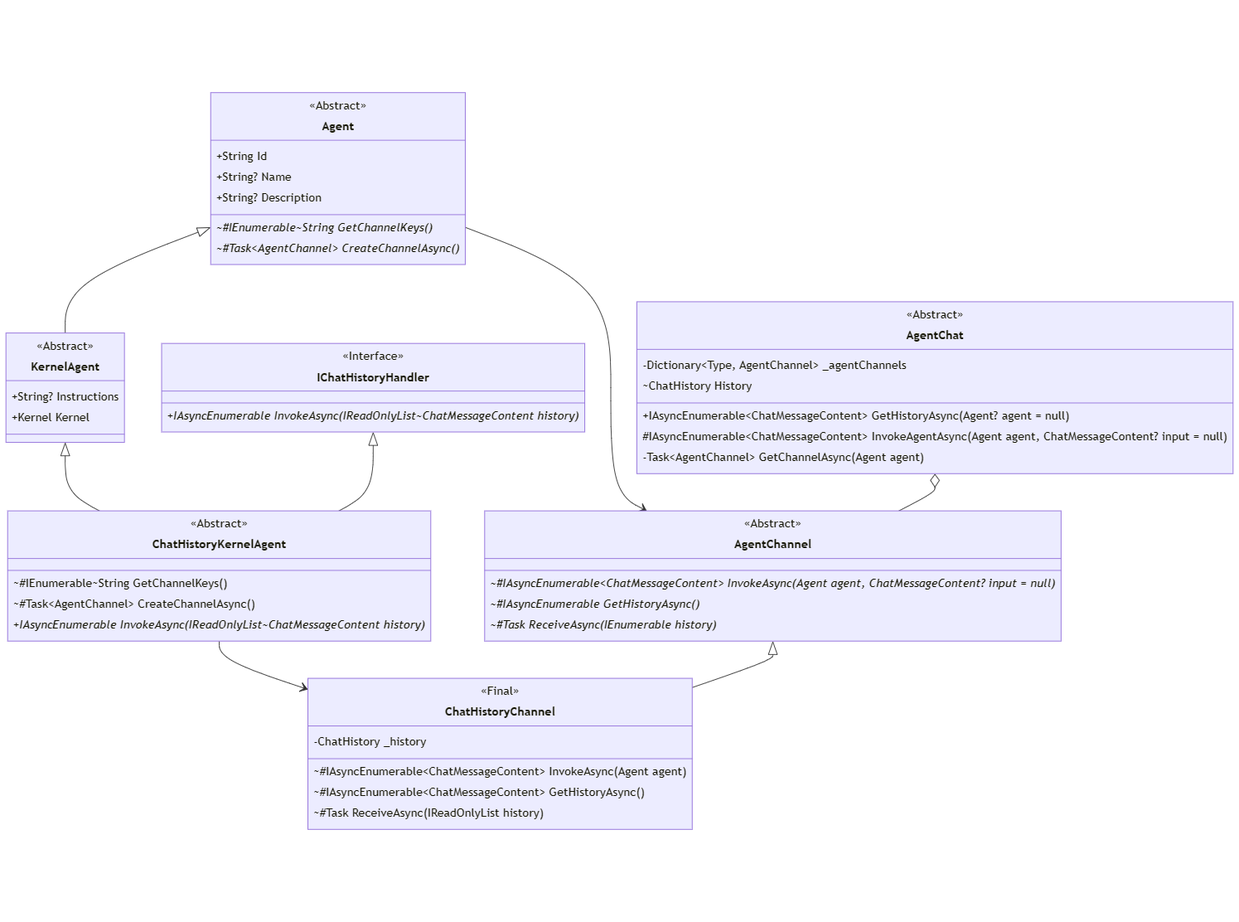
Earlier version of the Mermaid export docs/decisions/diagrams/agent-abstractions.png (microsoft/semantic-kernel). Its source is kept beside it as docs/decisions/diagrams/agent-abstractions.mmd.
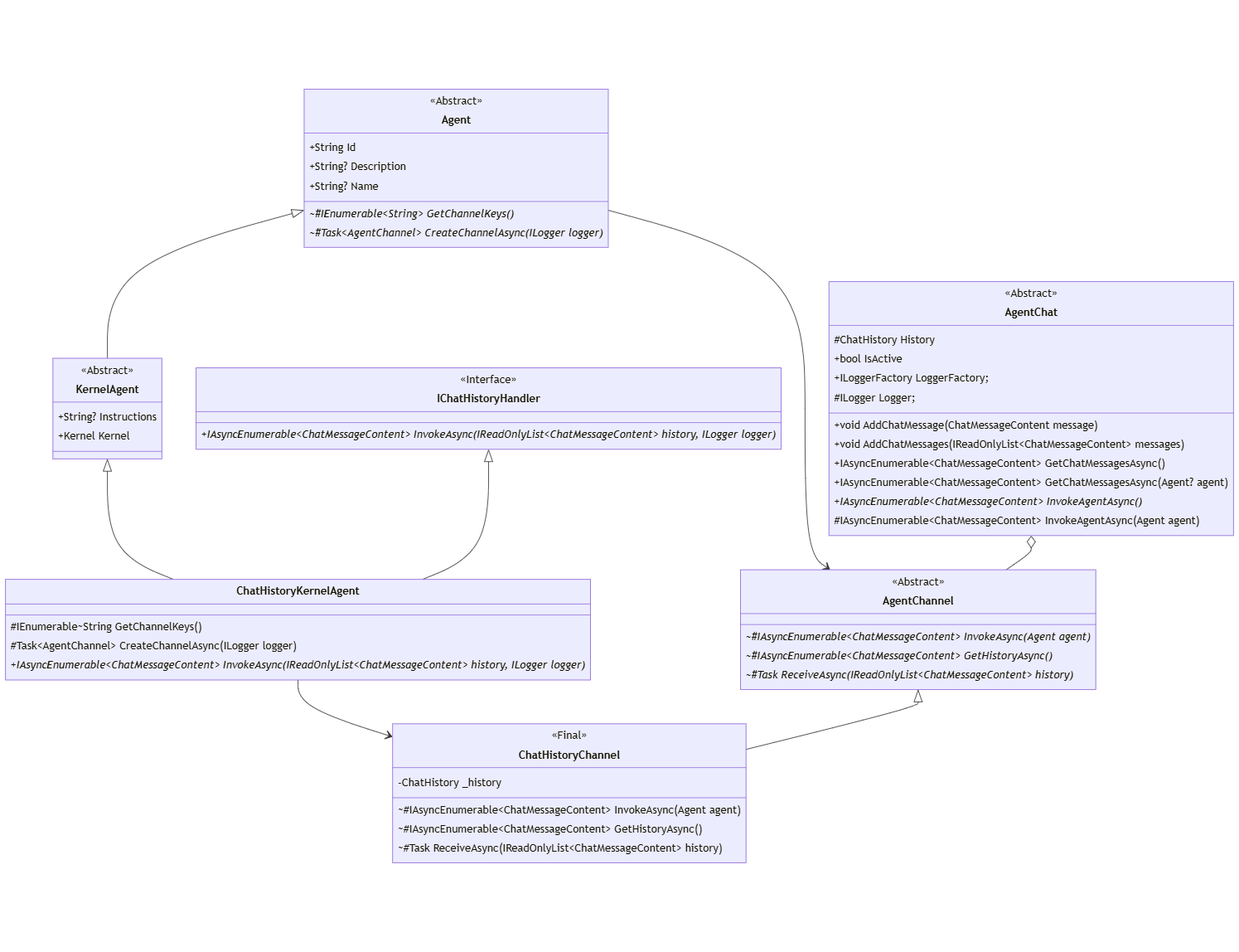
After the change.

Diff of the diagram source:
```diff
@@ -4,10 +4,17 @@
     class Agent {
         <<Abstract>>
         +String Id
+        +String? Description
         +String? Name
-        +String? Description
-        ~#IEnumerable~String GetChannelKeys()*
-        ~#Task~AgentChannel~ CreateChannelAsync()*
+        ~#IEnumerable~String~ GetChannelKeys()*
+        ~#Task~AgentChannel~ CreateChannelAsync(ILogger logger)*
+    }
+
+    class AgentChannel {
+        <<Abstract>>
+        ~#IAsyncEnumerable~ChatMessageContent~ InvokeAsync(Agent agent)*
+        ~#IAsyncEnumerable~ChatMessageContent~ GetHistoryAsync()*
+        ~#Task ReceiveAsync(IReadOnlyList~ChatMessageContent~ history)*
     }
 
     Agent <|-- KernelAgent
@@ -19,24 +26,16 @@
 
     class IChatHistoryHandler {
         <<Interface>>
-        +IAsyncEnumerable<ChatMessageContent> InvokeAsync(IReadOnlyList~ChatMessageContent history)*
+        +IAsyncEnumerable~ChatMessageContent~ InvokeAsync(IReadOnlyList~ChatMessageContent~ history, ILogger logger)*
     }
 
     KernelAgent <|-- ChatHistoryKernelAgent
     IChatHistoryHandler <|-- ChatHistoryKernelAgent
     ChatHistoryKernelAgent --> ChatHistoryChannel
     class ChatHistoryKernelAgent {
-        <<Abstract>>
-        ~#IEnumerable~String GetChannelKeys()
-        ~#Task~AgentChannel~ CreateChannelAsync()
-        +IAsyncEnumerable<ChatMessageContent> InvokeAsync(IReadOnlyList~ChatMessageContent history)*
-    }
-
-    class AgentChannel {
-        <<Abstract>>
-        ~#IAsyncEnumerable~ChatMessageContent~ InvokeAsync(Agent agent, ChatMessageContent? input = null)*
-        ~#IAsyncEnumerable<ChatMessageContent> GetHistoryAsync()*
-        ~#Task ReceiveAsync(IEnumerable<ChatMessageContent> history)*
+        #IEnumerable~String GetChannelKeys()
+        #Task~AgentChannel~ CreateChannelAsync(ILogger logger)
+        +IAsyncEnumerable~ChatMessageContent~ InvokeAsync(IReadOnlyList~ChatMessageContent~ history, ILogger logger)*
     }
 
     AgentChannel <|-- ChatHistoryChannel
@@ -45,15 +44,20 @@
         -ChatHistory _history
         ~#IAsyncEnumerable~ChatMessageContent~ InvokeAsync(Agent agent)
         ~#IAsyncEnumerable~ChatMessageContent~ GetHistoryAsync()
-        ~#Task ReceiveAsync(IReadOnlyList<ChatMessageContent> history)
+        ~#Task ReceiveAsync(IReadOnlyList~ChatMessageContent~ history)
     }
 
     AgentChat o-- AgentChannel
     class AgentChat {
         <<Abstract>>
-        -Dictionary~Type, AgentChannel~ _agentChannels
-        ~ChatHistory History
-        +IAsyncEnumerable~ChatMessageContent~ GetHistoryAsync(Agent? agent = null)
-        #IAsyncEnumerable~ChatMessageContent~ InvokeAgentAsync(Agent agent, ChatMessageContent? input = null)
-        -Task~AgentChannel~ GetChannelAsync(Agent agent)
+        #ChatHistory History
+        +bool IsActive
+        +ILoggerFactory LoggerFactory;
+        #ILogger Logger;
+        +void AddChatMessage(ChatMessageContent message)
+        +void AddChatMessages(IReadOnlyList~ChatMessageContent~ messages)
+        +IAsyncEnumerable~ChatMessageContent~ GetChatMessagesAsync()
+        +IAsyncEnumerable~ChatMessageContent~ GetChatMessagesAsync(Agent? agent)
+        +IAsyncEnumerable~ChatMessageContent~ InvokeAgentAsync()*
+        #IAsyncEnumerable~ChatMessageContent~ InvokeAgentAsync(Agent agent)
     }
```
